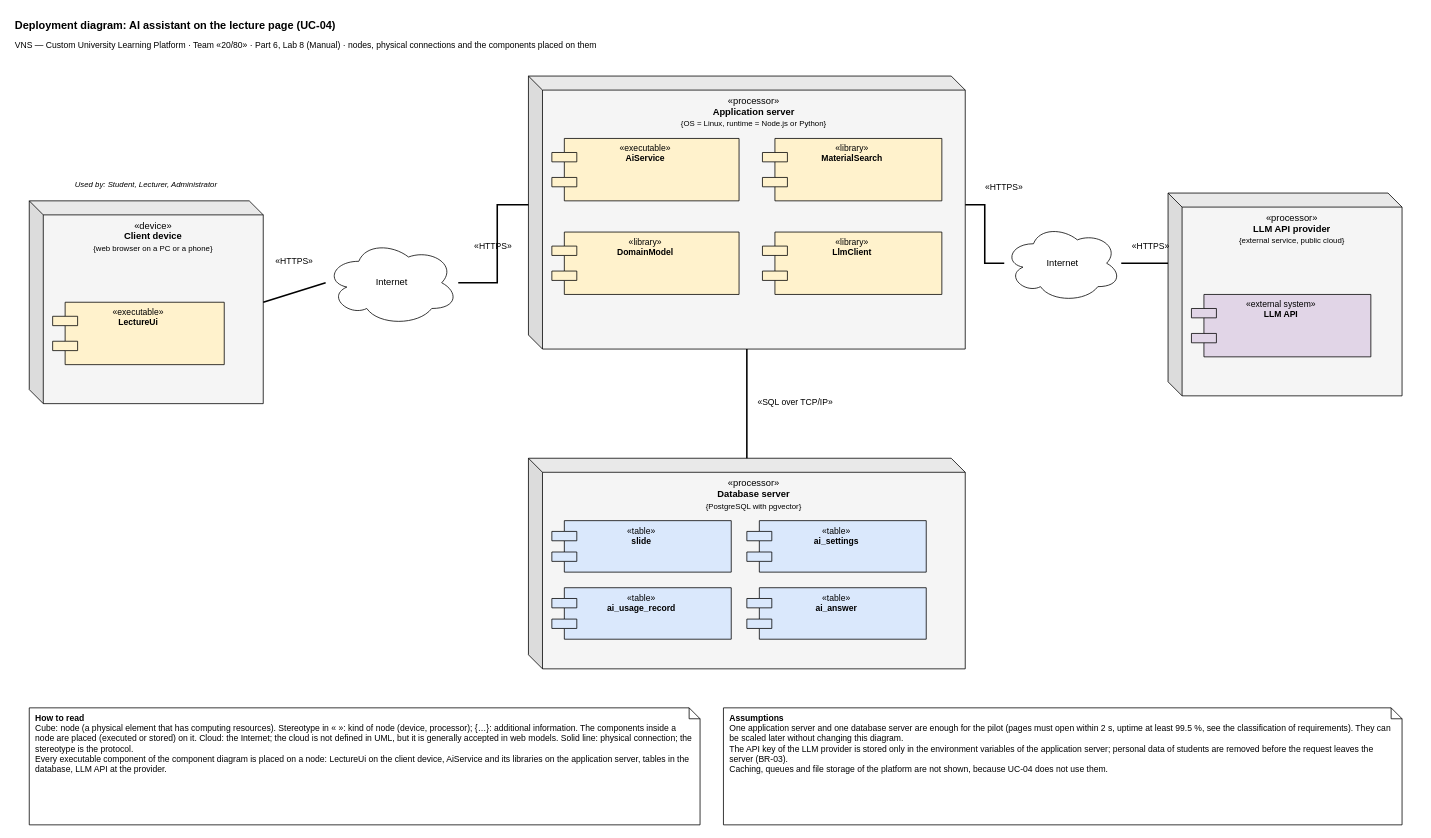
This is BA/Part 6_Diagramming UML-20260912/Done/Manual/Artifacts/6. Deployment Diagram_VNS.drawio from yarikshevchuk/business-analysis, a draw.io file, before an edit. Source tidied: cells renumbered, new cells numbered last; positions are measured from the earlier drawing's top-left corner, leaving out a move shared by most shapes. Both pictures are drawn from the tidied source at 78%, with x=0, y=0 at pixel (13, 13).
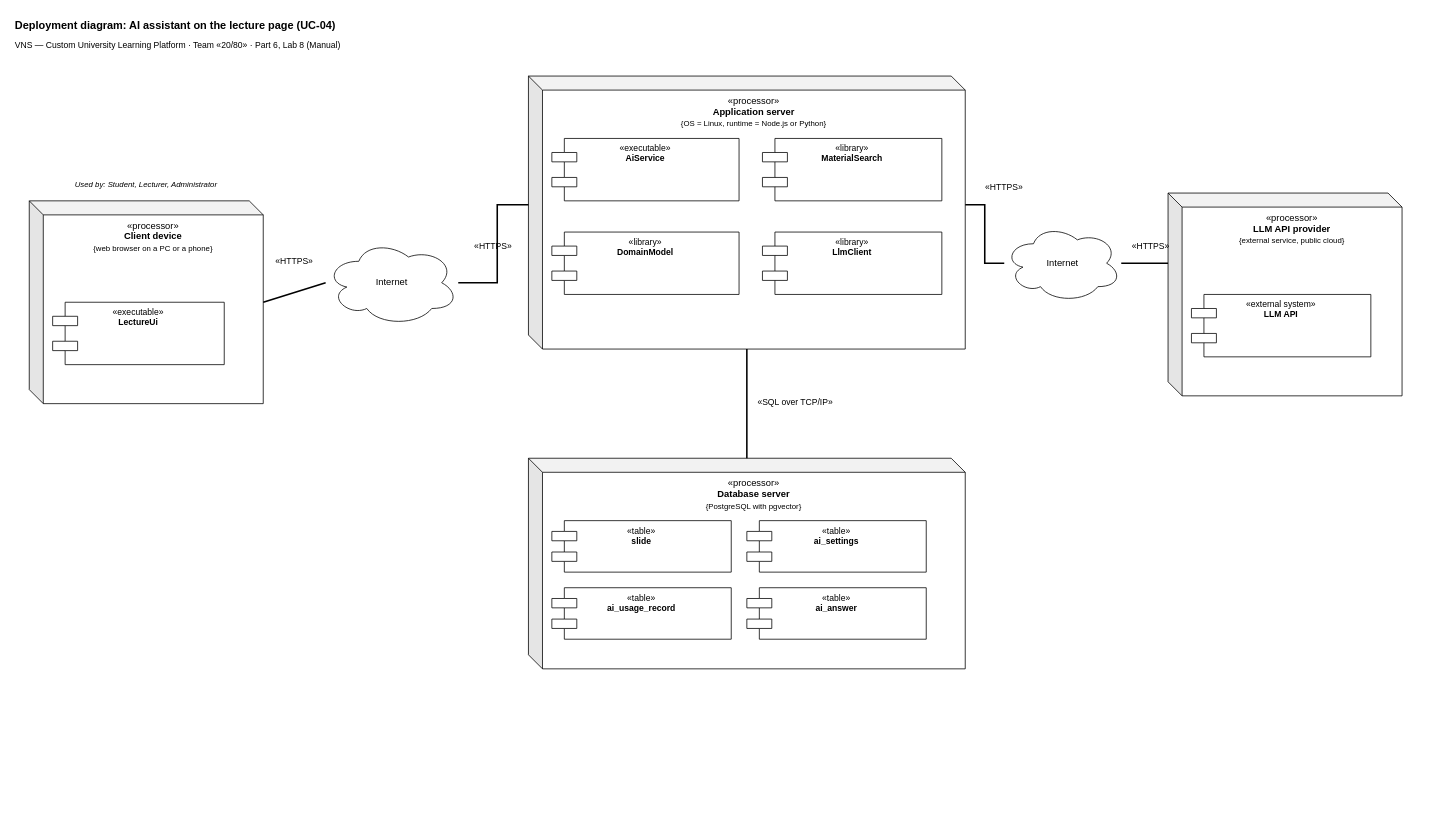
The same page after the edit.

Change to the diagram source:
```diff
@@
-    <mxCell id="3" value="VNS — Custom University Learning Platform · Team «20/80» · Part 6, Lab 8 (Manual) · nodes, physical connections and the components placed on them" style="text;html=1;align=left;verticalAlign=middle;fontSize=11;whiteSpace=wrap;" parent="1" vertex="1">
+    <mxCell id="3" value="VNS — Custom University Learning Platform · Team «20/80» · Part 6, Lab 8 (Manual)" style="text;html=1;align=left;verticalAlign=middle;fontSize=11;whiteSpace=wrap;" parent="1" vertex="1">
       <mxGeometry y="30" width="1800" height="20" as="geometry" />
     </mxCell>
@@
-    <mxCell id="5" value="«device»&lt;br&gt;&lt;b&gt;Client device&lt;/b&gt;&lt;br&gt;&lt;font style=&quot;font-size:10px&quot;&gt;{web browser on a PC or a phone}&lt;/font&gt;" style="shape=cube;whiteSpace=wrap;html=1;boundedLbl=1;backgroundOutline=1;darkOpacity=0.05;darkOpacity2=0.1;size=18;fillColor=#f5f5f5;strokeColor=#000000;verticalAlign=top;fontSize=12;" parent="1" vertex="1">
+    <mxCell id="5" value="«processor»&lt;br&gt;&lt;b&gt;Client device&lt;/b&gt;&lt;br&gt;&lt;font style=&quot;font-size:10px&quot;&gt;{web browser on a PC or a phone}&lt;/font&gt;" style="shape=cube;whiteSpace=wrap;html=1;boundedLbl=1;backgroundOutline=1;darkOpacity=0.05;darkOpacity2=0.1;size=18;fillColor=#ffffff;strokeColor=#000000;verticalAlign=top;fontSize=12;" parent="1" vertex="1">
       <mxGeometry x="20" y="240" width="300" height="260" as="geometry" />
     </mxCell>
-    <mxCell id="6" value="«executable»&lt;br&gt;&lt;b&gt;LectureUi&lt;/b&gt;" style="shape=component;whiteSpace=wrap;html=1;fillColor=#fff2cc;strokeColor=#000000;fontSize=11;align=center;verticalAlign=top;" parent="1" vertex="1">
+    <mxCell id="6" value="«executable»&lt;br&gt;&lt;b&gt;LectureUi&lt;/b&gt;" style="shape=component;whiteSpace=wrap;html=1;fillColor=#ffffff;strokeColor=#000000;fontSize=11;align=center;verticalAlign=top;" parent="1" vertex="1">
       <mxGeometry x="50" y="370" width="220" height="80" as="geometry" />
     </mxCell>
@@
-    <mxCell id="8" value="«processor»&lt;br&gt;&lt;b&gt;Application server&lt;/b&gt;&lt;br&gt;&lt;font style=&quot;font-size:10px&quot;&gt;{OS = Linux, runtime = Node.js or Python}&lt;/font&gt;" style="shape=cube;whiteSpace=wrap;html=1;boundedLbl=1;backgroundOutline=1;darkOpacity=0.05;darkOpacity2=0.1;size=18;fillColor=#f5f5f5;strokeColor=#000000;verticalAlign=top;fontSize=12;" parent="1" vertex="1">
+    <mxCell id="8" value="«processor»&lt;br&gt;&lt;b&gt;Application server&lt;/b&gt;&lt;br&gt;&lt;font style=&quot;font-size:10px&quot;&gt;{OS = Linux, runtime = Node.js or Python}&lt;/font&gt;" style="shape=cube;whiteSpace=wrap;html=1;boundedLbl=1;backgroundOutline=1;darkOpacity=0.05;darkOpacity2=0.1;size=18;fillColor=#ffffff;strokeColor=#000000;verticalAlign=top;fontSize=12;" parent="1" vertex="1">
       <mxGeometry x="660" y="80" width="560" height="350" as="geometry" />
     </mxCell>
-    <mxCell id="9" value="«executable»&lt;br&gt;&lt;b&gt;AiService&lt;/b&gt;" style="shape=component;whiteSpace=wrap;html=1;fillColor=#fff2cc;strokeColor=#000000;fontSize=11;align=center;verticalAlign=top;" parent="1" vertex="1">
+    <mxCell id="9" value="«executable»&lt;br&gt;&lt;b&gt;AiService&lt;/b&gt;" style="shape=component;whiteSpace=wrap;html=1;fillColor=#ffffff;strokeColor=#000000;fontSize=11;align=center;verticalAlign=top;" parent="1" vertex="1">
       <mxGeometry x="690" y="160" width="240" height="80" as="geometry" />
     </mxCell>
-    <mxCell id="10" value="«library»&lt;br&gt;&lt;b&gt;MaterialSearch&lt;/b&gt;" style="shape=component;whiteSpace=wrap;html=1;fillColor=#fff2cc;strokeColor=#000000;fontSize=11;align=center;verticalAlign=top;" parent="1" vertex="1">
+    <mxCell id="10" value="«library»&lt;br&gt;&lt;b&gt;MaterialSearch&lt;/b&gt;" style="shape=component;whiteSpace=wrap;html=1;fillColor=#ffffff;strokeColor=#000000;fontSize=11;align=center;verticalAlign=top;" parent="1" vertex="1">
       <mxGeometry x="960" y="160" width="230" height="80" as="geometry" />
     </mxCell>
-    <mxCell id="11" value="«library»&lt;br&gt;&lt;b&gt;DomainModel&lt;/b&gt;" style="shape=component;whiteSpace=wrap;html=1;fillColor=#fff2cc;strokeColor=#000000;fontSize=11;align=center;verticalAlign=top;" parent="1" vertex="1">
+    <mxCell id="11" value="«library»&lt;br&gt;&lt;b&gt;DomainModel&lt;/b&gt;" style="shape=component;whiteSpace=wrap;html=1;fillColor=#ffffff;strokeColor=#000000;fontSize=11;align=center;verticalAlign=top;" parent="1" vertex="1">
       <mxGeometry x="690" y="280" width="240" height="80" as="geometry" />
     </mxCell>
-    <mxCell id="12" value="«library»&lt;br&gt;&lt;b&gt;LlmClient&lt;/b&gt;" style="shape=component;whiteSpace=wrap;html=1;fillColor=#fff2cc;strokeColor=#000000;fontSize=11;align=center;verticalAlign=top;" parent="1" vertex="1">
+    <mxCell id="12" value="«library»&lt;br&gt;&lt;b&gt;LlmClient&lt;/b&gt;" style="shape=component;whiteSpace=wrap;html=1;fillColor=#ffffff;strokeColor=#000000;fontSize=11;align=center;verticalAlign=top;" parent="1" vertex="1">
       <mxGeometry x="960" y="280" width="230" height="80" as="geometry" />
     </mxCell>
-    <mxCell id="13" value="«processor»&lt;br&gt;&lt;b&gt;Database server&lt;/b&gt;&lt;br&gt;&lt;font style=&quot;font-size:10px&quot;&gt;{PostgreSQL with pgvector}&lt;/font&gt;" style="shape=cube;whiteSpace=wrap;html=1;boundedLbl=1;backgroundOutline=1;darkOpacity=0.05;darkOpacity2=0.1;size=18;fillColor=#f5f5f5;strokeColor=#000000;verticalAlign=top;fontSize=12;" parent="1" vertex="1">
+    <mxCell id="13" value="«processor»&lt;br&gt;&lt;b&gt;Database server&lt;/b&gt;&lt;br&gt;&lt;font style=&quot;font-size:10px&quot;&gt;{PostgreSQL with pgvector}&lt;/font&gt;" style="shape=cube;whiteSpace=wrap;html=1;boundedLbl=1;backgroundOutline=1;darkOpacity=0.05;darkOpacity2=0.1;size=18;fillColor=#ffffff;strokeColor=#000000;verticalAlign=top;fontSize=12;" parent="1" vertex="1">
       <mxGeometry x="660" y="570" width="560" height="270" as="geometry" />
     </mxCell>
-    <mxCell id="14" value="«table»&lt;br&gt;&lt;b&gt;slide&lt;/b&gt;" style="shape=component;whiteSpace=wrap;html=1;fillColor=#dae8fc;strokeColor=#000000;fontSize=11;align=center;verticalAlign=top;" parent="1" vertex="1">
+    <mxCell id="14" value="«table»&lt;br&gt;&lt;b&gt;slide&lt;/b&gt;" style="shape=component;whiteSpace=wrap;html=1;fillColor=#ffffff;strokeColor=#000000;fontSize=11;align=center;verticalAlign=top;" parent="1" vertex="1">
       <mxGeometry x="690" y="650" width="230" height="66" as="geometry" />
     </mxCell>
-    <mxCell id="15" value="«table»&lt;br&gt;&lt;b&gt;ai_settings&lt;/b&gt;" style="shape=component;whiteSpace=wrap;html=1;fillColor=#dae8fc;strokeColor=#000000;fontSize=11;align=center;verticalAlign=top;" parent="1" vertex="1">
+    <mxCell id="15" value="«table»&lt;br&gt;&lt;b&gt;ai_settings&lt;/b&gt;" style="shape=component;whiteSpace=wrap;html=1;fillColor=#ffffff;strokeColor=#000000;fontSize=11;align=center;verticalAlign=top;" parent="1" vertex="1">
       <mxGeometry x="940" y="650" width="230" height="66" as="geometry" />
     </mxCell>
-    <mxCell id="16" value="«table»&lt;br&gt;&lt;b&gt;ai_usage_record&lt;/b&gt;" style="shape=component;whiteSpace=wrap;html=1;fillColor=#dae8fc;strokeColor=#000000;fontSize=11;align=center;verticalAlign=top;" parent="1" vertex="1">
+    <mxCell id="16" value="«table»&lt;br&gt;&lt;b&gt;ai_usage_record&lt;/b&gt;" style="shape=component;whiteSpace=wrap;html=1;fillColor=#ffffff;strokeColor=#000000;fontSize=11;align=center;verticalAlign=top;" parent="1" vertex="1">
       <mxGeometry x="690" y="736" width="230" height="66" as="geometry" />
     </mxCell>
-    <mxCell id="17" value="«table»&lt;br&gt;&lt;b&gt;ai_answer&lt;/b&gt;" style="shape=component;whiteSpace=wrap;html=1;fillColor=#dae8fc;strokeColor=#000000;fontSize=11;align=center;verticalAlign=top;" parent="1" vertex="1">
+    <mxCell id="17" value="«table»&lt;br&gt;&lt;b&gt;ai_answer&lt;/b&gt;" style="shape=component;whiteSpace=wrap;html=1;fillColor=#ffffff;strokeColor=#000000;fontSize=11;align=center;verticalAlign=top;" parent="1" vertex="1">
       <mxGeometry x="940" y="736" width="230" height="66" as="geometry" />
     </mxCell>
@@
-    <mxCell id="19" value="«processor»&lt;br&gt;&lt;b&gt;LLM API provider&lt;/b&gt;&lt;br&gt;&lt;font style=&quot;font-size:10px&quot;&gt;{external service, public cloud}&lt;/font&gt;" style="shape=cube;whiteSpace=wrap;html=1;boundedLbl=1;backgroundOutline=1;darkOpacity=0.05;darkOpacity2=0.1;size=18;fillColor=#f5f5f5;strokeColor=#000000;verticalAlign=top;fontSize=12;" parent="1" vertex="1">
+    <mxCell id="19" value="«processor»&lt;br&gt;&lt;b&gt;LLM API provider&lt;/b&gt;&lt;br&gt;&lt;font style=&quot;font-size:10px&quot;&gt;{external service, public cloud}&lt;/font&gt;" style="shape=cube;whiteSpace=wrap;html=1;boundedLbl=1;backgroundOutline=1;darkOpacity=0.05;darkOpacity2=0.1;size=18;fillColor=#ffffff;strokeColor=#000000;verticalAlign=top;fontSize=12;" parent="1" vertex="1">
       <mxGeometry x="1480" y="230" width="300" height="260" as="geometry" />
     </mxCell>
-    <mxCell id="20" value="«external system»&lt;br&gt;&lt;b&gt;LLM API&lt;/b&gt;" style="shape=component;whiteSpace=wrap;html=1;fillColor=#e1d5e7;strokeColor=#000000;fontSize=11;align=center;verticalAlign=top;" parent="1" vertex="1">
+    <mxCell id="20" value="«external system»&lt;br&gt;&lt;b&gt;LLM API&lt;/b&gt;" style="shape=component;whiteSpace=wrap;html=1;fillColor=#ffffff;strokeColor=#000000;fontSize=11;align=center;verticalAlign=top;" parent="1" vertex="1">
       <mxGeometry x="1510" y="360" width="230" height="80" as="geometry" />
     </mxCell>
@@
-    <mxCell id="31" value="&lt;b&gt;How to read&lt;/b&gt;&lt;br&gt;Cube: node (a physical element that has computing resources). Stereotype in « »: kind of node (device, processor); {…}: additional information. The components inside a node are placed (executed or stored) on it. Cloud: the Internet; the cloud is not defined in UML, but it is generally accepted in web models. Solid line: physical connection; the stereotype is the protocol.&lt;br&gt;Every executable component of the component diagram is placed on a node: LectureUi on the client device, AiService and its libraries on the application server, tables in the database, LLM API at the provider." style="shape=note;whiteSpace=wrap;html=1;size=14;fillColor=#ffffff;strokeColor=#000000;align=left;verticalAlign=top;spacingLeft=6;spacingRight=6;fontSize=11;" parent="1" vertex="1">
-      <mxGeometry x="20" y="890" width="860" height="150" as="geometry" />
-    </mxCell>
-    <mxCell id="32" value="&lt;b&gt;Assumptions&lt;/b&gt;&lt;br&gt;One application server and one database server are enough for the pilot (pages must open within 2 s, uptime at least 99.5 %, see the classification of requirements). They can be scaled later without changing this diagram.&lt;br&gt;The API key of the LLM provider is stored only in the environment variables of the application server; personal data of students are removed before the request leaves the server (BR-03).&lt;br&gt;Caching, queues and file storage of the platform are not shown, because UC-04 does not use them." style="shape=note;whiteSpace=wrap;html=1;size=14;fillColor=#ffffff;strokeColor=#000000;align=left;verticalAlign=top;spacingLeft=6;spacingRight=6;fontSize=11;" parent="1" vertex="1">
-      <mxGeometry x="910" y="890" width="870" height="150" as="geometry" />
-    </mxCell>
```
